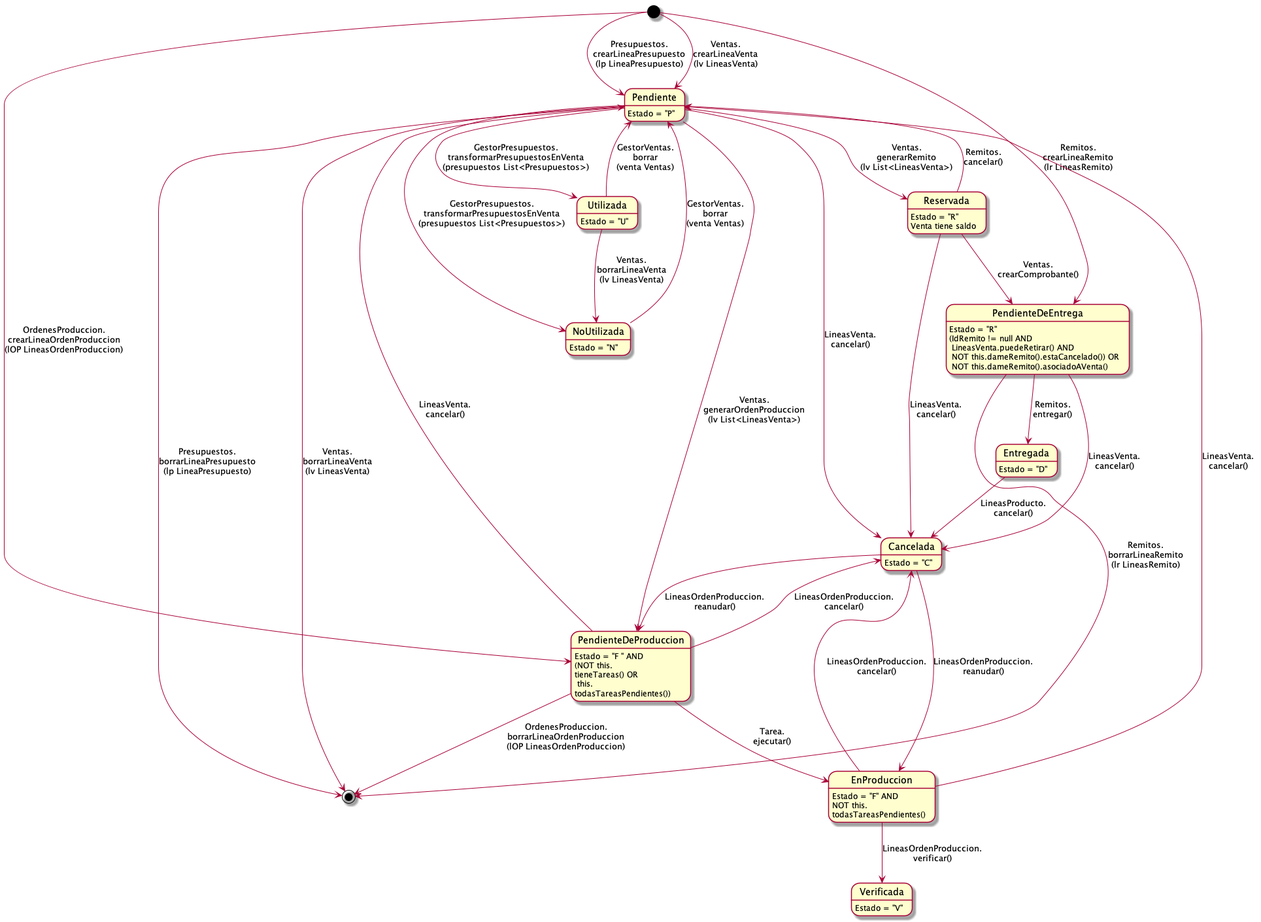
ZMGestion/DocumentacionZMGestion keeps this PlantUML diagram as Informe Final/Imagenes/DiagramasEstado/DiagramaDeEstado/lineasProducto.png. Above is the earlier version.
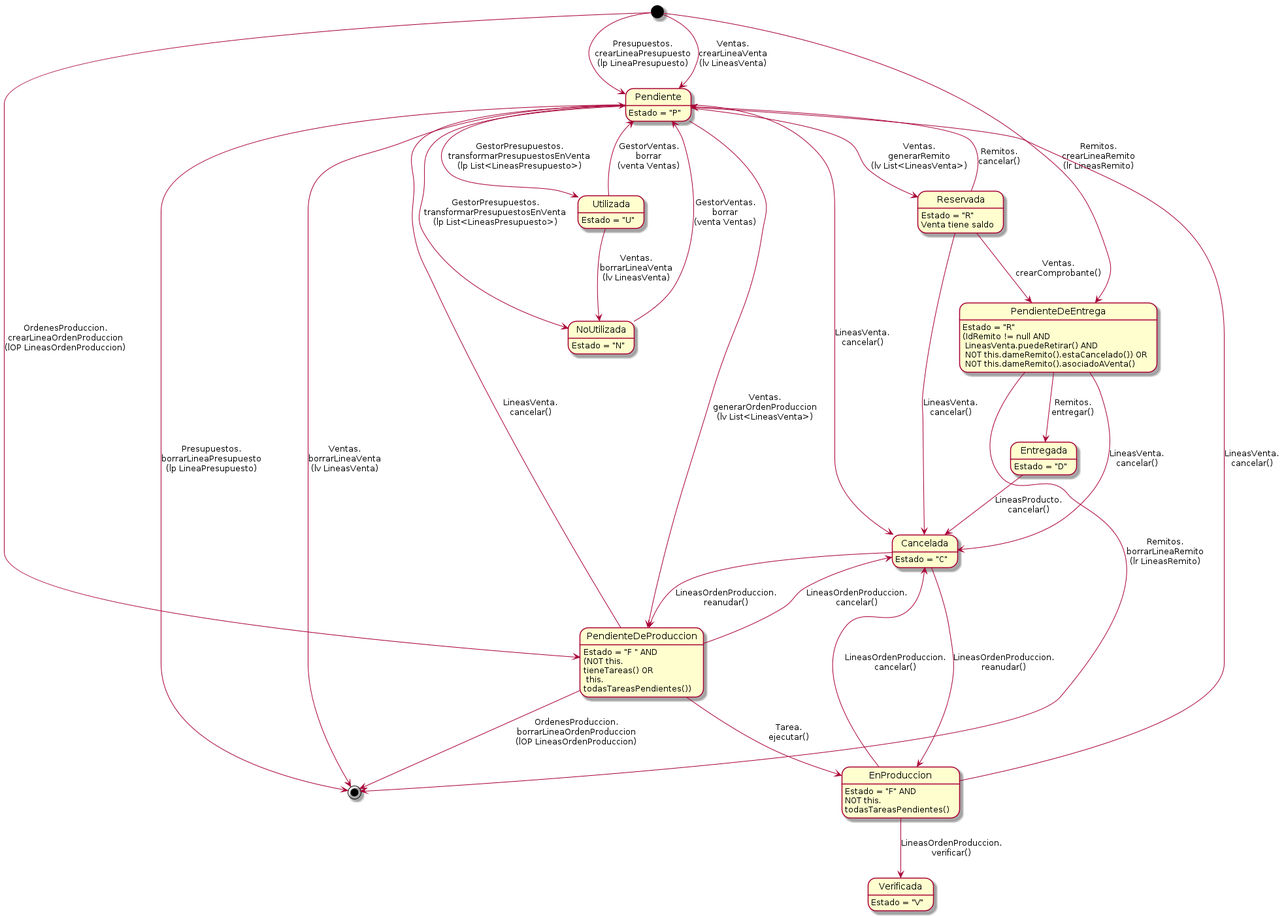
The same diagram one commit later.

The edit, as a diff of the source:
```diff
@@ -22,9 +22,9 @@
 Pendiente --> [*]: Presupuestos.\nborrarLineaPresupuesto\n(lp LineaPresupuesto)
 [*] --> PendienteDeProduccion: OrdenesProduccion.\ncrearLineaOrdenProduccion\n(lOP LineasOrdenProduccion)
 PendienteDeProduccion --> [*]: OrdenesProduccion.\nborrarLineaOrdenProduccion\n(lOP LineasOrdenProduccion)
-Pendiente --> Utilizada: GestorPresupuestos.\ntransformarPresupuestosEnVenta\n(presupuestos List<Presupuestos>)
+Pendiente --> Utilizada: GestorPresupuestos.\ntransformarPresupuestosEnVenta\n(lp List<LineasPresupuesto>)
 Utilizada --> Pendiente: GestorVentas.\nborrar\n(venta Ventas)
-Pendiente --> NoUtilizada: GestorPresupuestos.\ntransformarPresupuestosEnVenta\n(presupuestos List<Presupuestos>)
+Pendiente --> NoUtilizada: GestorPresupuestos.\ntransformarPresupuestosEnVenta\n(lp List<LineasPresupuesto>)
 NoUtilizada --> Pendiente: GestorVentas.\nborrar\n(venta Ventas)
 Utilizada --> NoUtilizada: Ventas.\nborrarLineaVenta\n(lv LineasVenta)
 Pendiente --> Cancelada: LineasVenta.\ncancelar()
```
